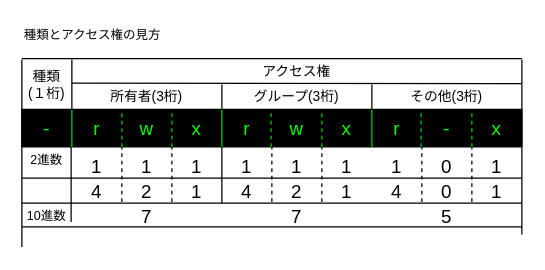
Before: page "chmodとアクセス権" (9 of 10) of AWS研修_WEBアプリ_挿絵.drawio in reizo0901/Doc, a draw.io diagram. Source tidied: cells renumbered, new cells numbered last; positions are measured from the earlier drawing's top-left corner, leaving out a move shared by most shapes. Both pictures are drawn from the tidied source at 125%, with x=0, y=0 at pixel (21, 21).
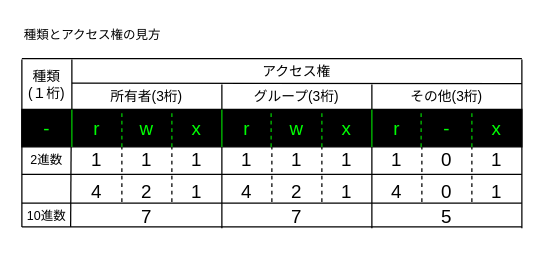
The same diagram, later.

Change to the diagram source:
```diff
@@
     <mxCell id="30" style="endArrow=none;html=1;strokeWidth=1;rounded=0;" parent="1" edge="1">
       <mxGeometry relative="1" as="geometry">
-        <mxPoint y="180" as="sourcePoint" />
+        <mxPoint y="164" as="sourcePoint" />
         <mxPoint y="30" as="targetPoint" />
       </mxGeometry>
     </mxCell>
@@
     <mxCell id="32" style="endArrow=none;html=1;strokeWidth=1;rounded=0;" parent="1" edge="1">
       <mxGeometry relative="1" as="geometry">
-        <mxPoint x="400" y="170" as="sourcePoint" />
+        <mxPoint x="400" y="165" as="sourcePoint" />
         <mxPoint x="400" y="30" as="targetPoint" />
       </mxGeometry>
     </mxCell>
@@
     <mxCell id="37" value="1" style="text;html=1;strokeColor=none;fillColor=none;align=center;verticalAlign=middle;whiteSpace=wrap;rounded=0;fontSize=15;fontColor=#000000;" parent="1" vertex="1">
-      <mxGeometry x="40" y="100" width="40" height="30" as="geometry" />
+      <mxGeometry x="40" y="100" width="40" height="20" as="geometry" />
     </mxCell>
     <mxCell id="38" value="1" style="text;html=1;strokeColor=none;fillColor=none;align=center;verticalAlign=middle;whiteSpace=wrap;rounded=0;fontSize=15;fontColor=#000000;" parent="1" vertex="1">
-      <mxGeometry x="80" y="100" width="40" height="30" as="geometry" />
+      <mxGeometry x="80" y="100" width="40" height="20" as="geometry" />
     </mxCell>
     <mxCell id="39" value="1" style="text;html=1;strokeColor=none;fillColor=none;align=center;verticalAlign=middle;whiteSpace=wrap;rounded=0;fontSize=15;fontColor=#000000;" parent="1" vertex="1">
-      <mxGeometry x="120" y="100" width="40" height="30" as="geometry" />
+      <mxGeometry x="120" y="100" width="40" height="20" as="geometry" />
     </mxCell>
     <mxCell id="40" value="1" style="text;html=1;strokeColor=none;fillColor=none;align=center;verticalAlign=middle;whiteSpace=wrap;rounded=0;fontSize=15;fontColor=#000000;" parent="1" vertex="1">
-      <mxGeometry x="160" y="100" width="40" height="30" as="geometry" />
+      <mxGeometry x="160" y="100" width="40" height="20" as="geometry" />
     </mxCell>
     <mxCell id="41" value="1" style="text;html=1;strokeColor=none;fillColor=none;align=center;verticalAlign=middle;whiteSpace=wrap;rounded=0;fontSize=15;fontColor=#000000;" parent="1" vertex="1">
-      <mxGeometry x="200" y="100" width="40" height="30" as="geometry" />
+      <mxGeometry x="200" y="100" width="40" height="20" as="geometry" />
     </mxCell>
     <mxCell id="42" value="1" style="text;html=1;strokeColor=none;fillColor=none;align=center;verticalAlign=middle;whiteSpace=wrap;rounded=0;fontSize=15;fontColor=#000000;" parent="1" vertex="1">
-      <mxGeometry x="240" y="100" width="40" height="30" as="geometry" />
+      <mxGeometry x="240" y="100" width="40" height="20" as="geometry" />
     </mxCell>
     <mxCell id="43" value="1" style="text;html=1;strokeColor=none;fillColor=none;align=center;verticalAlign=middle;whiteSpace=wrap;rounded=0;fontSize=15;fontColor=#000000;" parent="1" vertex="1">
-      <mxGeometry x="280" y="100" width="40" height="30" as="geometry" />
+      <mxGeometry x="280" y="100" width="40" height="20" as="geometry" />
     </mxCell>
     <mxCell id="44" value="0" style="text;html=1;strokeColor=none;fillColor=none;align=center;verticalAlign=middle;whiteSpace=wrap;rounded=0;fontSize=15;fontColor=#000000;" parent="1" vertex="1">
-      <mxGeometry x="320" y="100" width="40" height="30" as="geometry" />
+      <mxGeometry x="320" y="100" width="40" height="20" as="geometry" />
     </mxCell>
     <mxCell id="45" value="1" style="text;html=1;strokeColor=none;fillColor=none;align=center;verticalAlign=middle;whiteSpace=wrap;rounded=0;fontSize=15;fontColor=#000000;" parent="1" vertex="1">
-      <mxGeometry x="360" y="100" width="40" height="30" as="geometry" />
+      <mxGeometry x="360" y="100" width="40" height="20" as="geometry" />
     </mxCell>
@@
     <mxCell id="61" style="endArrow=none;html=1;rounded=0;" parent="1" edge="1">
       <mxGeometry relative="1" as="geometry">
-        <mxPoint x="39.4" y="160" as="sourcePoint" />
+        <mxPoint x="39" y="164" as="sourcePoint" />
         <mxPoint x="39.4" y="100" as="targetPoint" />
       </mxGeometry>
     </mxCell>
@@
     <mxCell id="63" style="endArrow=none;html=1;rounded=0;" parent="1" edge="1">
       <mxGeometry relative="1" as="geometry">
-        <mxPoint x="160" y="145" as="sourcePoint" />
+        <mxPoint x="160" y="165" as="sourcePoint" />
         <mxPoint x="160" y="100" as="targetPoint" />
       </mxGeometry>
     </mxCell>
     <mxCell id="64" style="endArrow=none;html=1;rounded=0;" parent="1" edge="1">
       <mxGeometry relative="1" as="geometry">
-        <mxPoint y="125" as="sourcePoint" />
-        <mxPoint x="400" y="125" as="targetPoint" />
+        <mxPoint y="122" as="sourcePoint" />
+        <mxPoint x="400" y="122" as="targetPoint" />
       </mxGeometry>
     </mxCell>
@@
+    <mxCell id="71" style="endArrow=none;html=1;rounded=0;" parent="1" edge="1">
+      <mxGeometry relative="1" as="geometry">
+        <mxPoint x="280" y="165" as="sourcePoint" />
+        <mxPoint x="280" y="100" as="targetPoint" />
+      </mxGeometry>
+    </mxCell>
```
